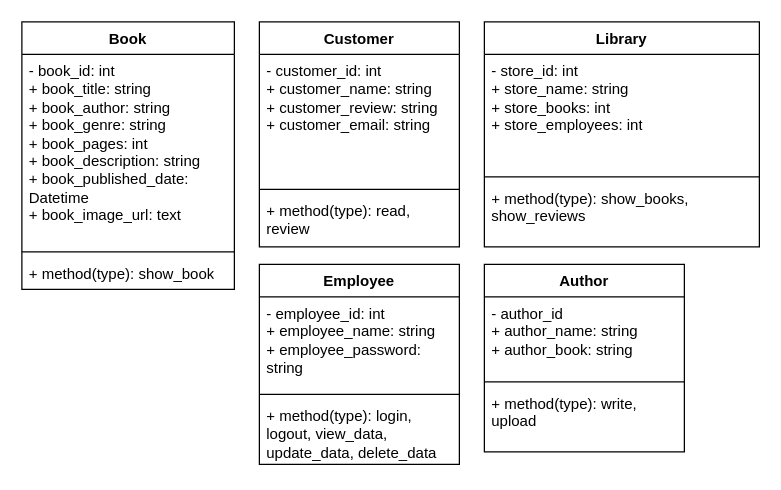
This is page "Page-2" (2 of 2) of Diagram Book Store.drawio from TLMazemaker/book-store, a draw.io file, before an edit. Source tidied: cells renumbered, new cells numbered last; positions are measured from the earlier drawing's top-left corner, leaving out a move shared by most shapes. Both pictures are drawn from the tidied source at 125%, with x=0, y=0 at pixel (21, 21).
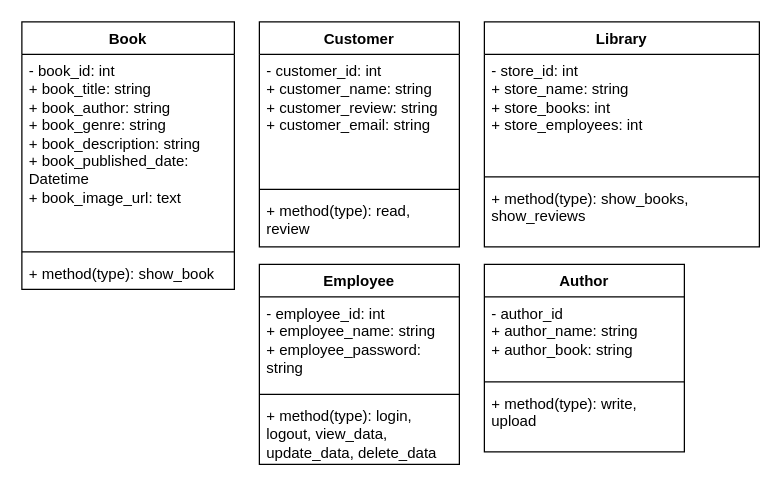
The same page after the edit.

Unchanged cells that the change refers to:
```xml
<mxCell id="2" value="Book" style="swimlane;fontStyle=1;align=center;verticalAlign=top;horizontal=1;startSize=26;whiteSpace=wrap;html=1;" parent="1" vertex="1">
  <mxGeometry width="170" height="214" as="geometry" />
</mxCell>
```

Diff of the diagram source:
```diff
@@
-    <mxCell id="3" value="- book_id: int&lt;div&gt;+ book_title: string&lt;/div&gt;&lt;div&gt;+ book_author: string&lt;/div&gt;&lt;div&gt;+ book_genre: string&lt;/div&gt;&lt;div&gt;+ book_pages: int&lt;/div&gt;&lt;div&gt;+ book_description: string&lt;/div&gt;&lt;div&gt;+ book_published_date: Datetime&lt;/div&gt;&lt;div&gt;+ book_image_url: text&lt;/div&gt;" style="text;strokeColor=none;fillColor=none;align=left;verticalAlign=top;spacingLeft=4;spacingRight=4;overflow=hidden;whiteSpace=wrap;html=1;" parent="2" vertex="1">
+    <mxCell id="3" value="- book_id: int&lt;div&gt;+ book_title: string&lt;/div&gt;&lt;div&gt;+ book_author: string&lt;/div&gt;&lt;div&gt;+ book_genre: string&lt;/div&gt;&lt;div&gt;+ book_description: string&lt;/div&gt;&lt;div&gt;+ book_published_date: Datetime&lt;/div&gt;&lt;div&gt;+ book_image_url: text&lt;/div&gt;" style="text;strokeColor=none;fillColor=none;align=left;verticalAlign=top;spacingLeft=4;spacingRight=4;overflow=hidden;whiteSpace=wrap;html=1;" parent="2" vertex="1">
       <mxGeometry y="26" width="170" height="154" as="geometry" />
     </mxCell>
```
